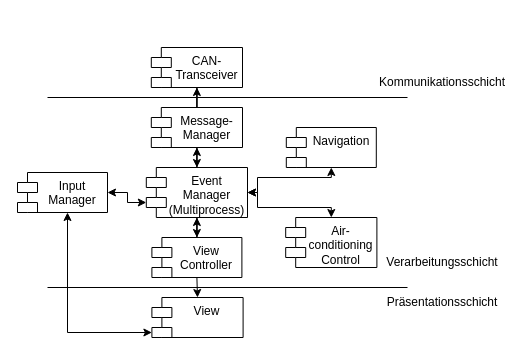
Uhgtred/Car_Infotainment_System keeps this draw.io diagram as page "Baustein-Sicht" (2 of 2) of Architecture/GesamtSystem.drawio. Above is the earlier version. Source tidied: cells renumbered, new cells numbered last; positions are measured from the earlier drawing's top-left corner, leaving out a move shared by most shapes. Both pictures are drawn from the tidied source at 100%, with x=0, y=0 at pixel (17, 47).
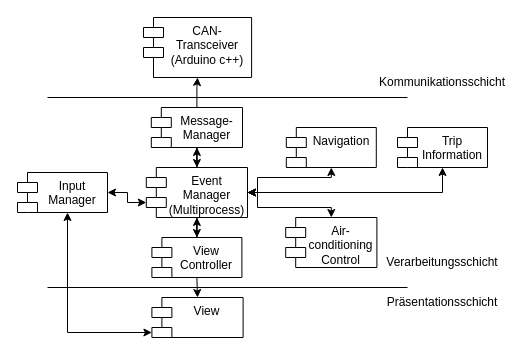
Above is the later version.

Commit message (it also covers changes not shown here):
Initial imlpementation of Arduino communication. TODO: Arduino-side and unit-tests

Unchanged cells that the change refers to:
```xml
<mxCell id="17" value="Event&lt;br&gt;Manager&lt;br&gt;(Multiprocess)" style="shape=module;align=left;spacingLeft=20;align=center;verticalAlign=top;whiteSpace=wrap;html=1;" parent="1" vertex="1">
  <mxGeometry x="128.8" y="120" width="101.2" height="50" as="geometry" />
</mxCell>
```

What changed in the source:
```diff
@@
-    <mxCell id="5" value="CAN-Transceiver" style="shape=module;align=left;spacingLeft=20;align=center;verticalAlign=top;whiteSpace=wrap;html=1;" parent="1" vertex="1">
-      <mxGeometry x="133.8" width="91.2" height="40" as="geometry" />
+    <mxCell id="5" value="CAN-Transceiver&lt;br&gt;(Arduino c++)" style="shape=module;align=left;spacingLeft=20;align=center;verticalAlign=top;whiteSpace=wrap;html=1;" parent="1" vertex="1">
+      <mxGeometry x="126" y="-30" width="108.1" height="60" as="geometry" />
     </mxCell>
@@
+    <mxCell id="23" style="edgeStyle=orthogonalEdgeStyle;rounded=0;jettySize=auto;html=1;entryX=1;entryY=0.5;entryDx=0;entryDy=0;startArrow=classic;startFill=1;" parent="1" edge="1" source="24" target="17">
+      <mxGeometry relative="1" as="geometry">
+        <Array as="points">
+          <mxPoint x="425" y="145" />
+        </Array>
+      </mxGeometry>
+    </mxCell>
+    <mxCell id="24" value="Trip&lt;br&gt;Information" style="shape=module;align=left;spacingLeft=20;align=center;verticalAlign=top;whiteSpace=wrap;html=1;" parent="1" vertex="1">
+      <mxGeometry x="380" y="80" width="90" height="40" as="geometry" />
+    </mxCell>
```
